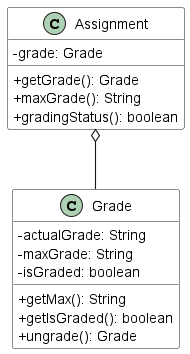
raydenlim/tp keeps this PlantUML diagram as docs/images/GradeClass UML.png. Above is the earlier version.
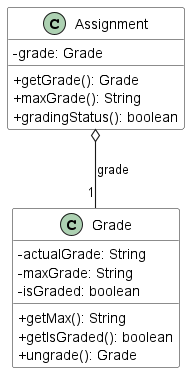
Above is the later version.

Diff of the diagram source:
```diff
@@ -2,8 +2,6 @@
 skinparam arrowThickness 1.1
 skinparam classBackgroundColor LOGIC_COLOR
 skinparam classAttributeIconSize 0
-
-Assignment o-- Grade
 
 class Assignment {
 -grade: Grade
@@ -20,4 +18,6 @@
 +getIsGraded(): boolean
 +ungrade(): Grade
 }
+
+Assignment o-- "1" Grade: grade
 @enduml
```
